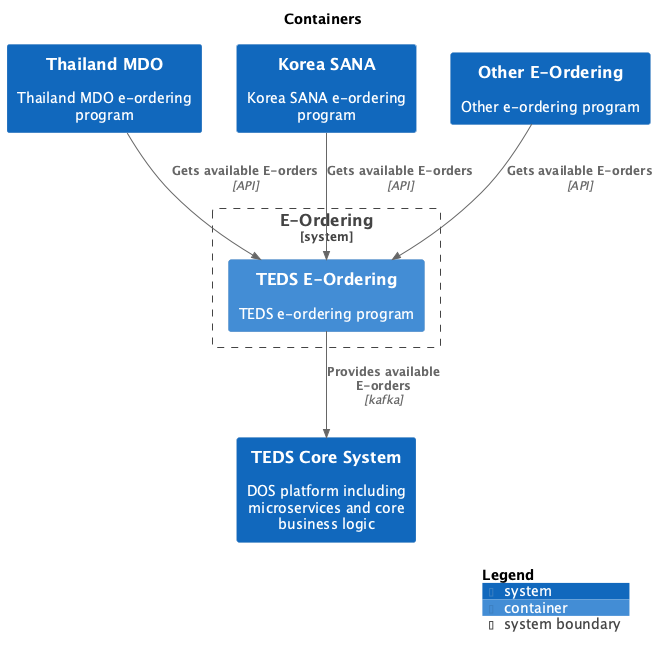
Before: main/png/Level2_eOrdering-adapter_Containers.png, a diagram exported from PlantUML (kzsahay/teds).
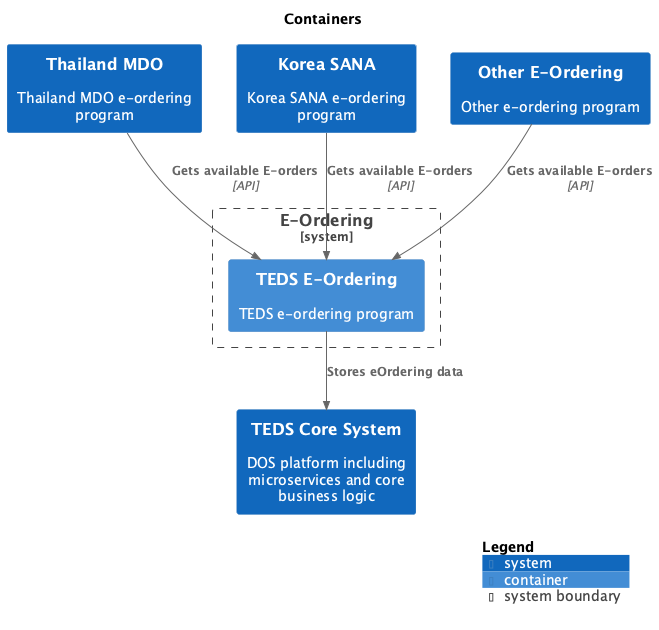
The same file after the commit.

What changed in the source:
```diff
@@ -20,7 +20,7 @@
 Rel(ThailandMDO, EOrdering.TEDSEOrdering, "Gets available E-orders", $techn="API", $tags="", $link="")
 Rel(KoreaSANA, EOrdering.TEDSEOrdering, "Gets available E-orders", $techn="API", $tags="", $link="")
 Rel(OtherEOrdering, EOrdering.TEDSEOrdering, "Gets available E-orders", $techn="API", $tags="", $link="")
-Rel(EOrdering.TEDSEOrdering, TEDSCoreSystem, "Provides available E-orders", $techn="kafka", $tags="", $link="")
+Rel(EOrdering.TEDSEOrdering, TEDSCoreSystem, "Stores eOrdering data", $techn="", $tags="", $link="")
 
 SHOW_LEGEND(true)
 @enduml
```
